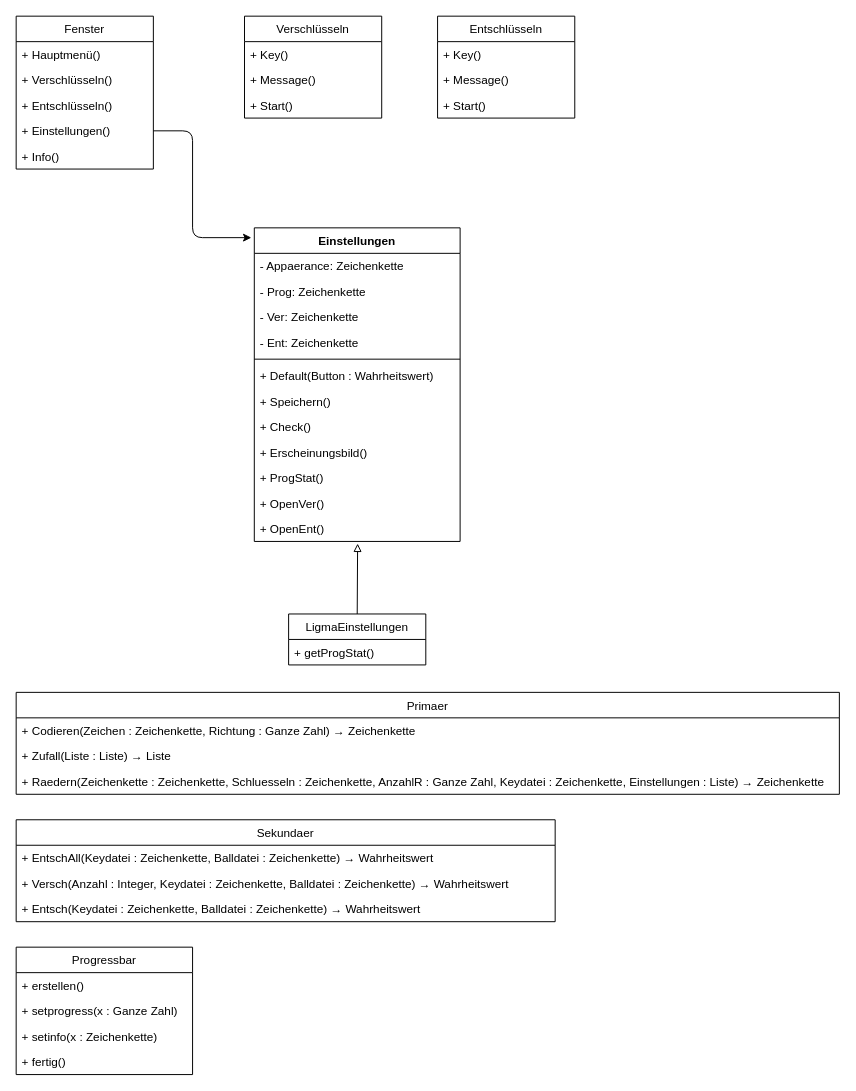
Before: Ligma UML-Diagramm.drawio in LukCHEM88/Ligma, a draw.io diagram. Source tidied: cells renumbered, new cells numbered last; positions are measured from the earlier drawing's top-left corner, leaving out a move shared by most shapes. Both pictures are drawn from the tidied source at 98%, with x=0, y=0 at pixel (16, 16).
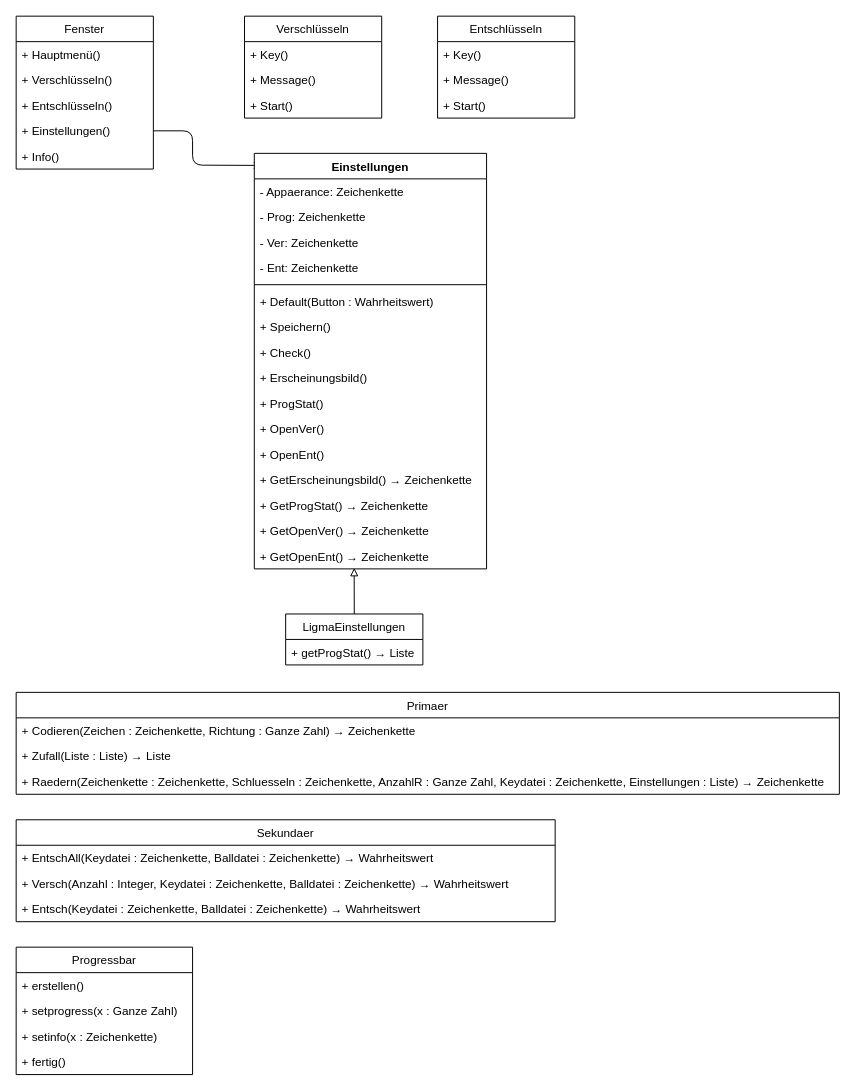
The same diagram, later.

The change refers to these unchanged cells:
```xml
<mxCell id="6" value="+ Einstellungen()" style="text;strokeColor=none;fillColor=none;align=left;verticalAlign=top;spacingLeft=4;spacingRight=4;overflow=hidden;points=[[0,0.5],[1,0.5]];portConstraint=eastwest;" parent="2" vertex="1">
  <mxGeometry y="104" width="140" height="26" as="geometry" />
</mxCell>
```

Change to the diagram source:
```diff
@@
-    <mxCell id="16" style="edgeStyle=none;html=1;exitX=1;exitY=0.5;exitDx=0;exitDy=0;" parent="1" edge="1" source="6">
+    <mxCell id="16" style="edgeStyle=none;html=1;exitX=1;exitY=0.5;exitDx=0;exitDy=0;entryX=0.033;entryY=0.029;entryDx=0;entryDy=0;entryPerimeter=0;" parent="1" edge="1" source="6" target="17">
       <mxGeometry relative="1" as="geometry">
-        <mxPoint x="240" y="226" as="targetPoint" />
         <Array as="points">
           <mxPoint x="180" y="117" />
-          <mxPoint x="180" y="226" />
+          <mxPoint x="180" y="152" />
         </Array>
       </mxGeometry>
     </mxCell>
     <mxCell id="17" value="Einstellungen" style="swimlane;fontStyle=1;align=center;verticalAlign=top;horizontal=1;startSize=26;" parent="1" vertex="1">
-      <mxGeometry x="243" y="216" width="210" height="320" as="geometry" />
+      <mxGeometry x="243" y="140" width="237" height="424" as="geometry" />
     </mxCell>
     <mxCell id="18" value="- Appaerance: Zeichenkette" style="text;strokeColor=none;fillColor=none;align=left;verticalAlign=top;spacingLeft=4;spacingRight=4;overflow=hidden;" parent="17" vertex="1">
-      <mxGeometry y="26" width="210" height="26" as="geometry" />
+      <mxGeometry y="26" width="237" height="26" as="geometry" />
     </mxCell>
     <mxCell id="19" value="- Prog: Zeichenkette" style="text;strokeColor=none;fillColor=none;align=left;verticalAlign=top;spacingLeft=4;spacingRight=4;overflow=hidden;" parent="17" vertex="1">
-      <mxGeometry y="52" width="210" height="26" as="geometry" />
+      <mxGeometry y="52" width="237" height="26" as="geometry" />
     </mxCell>
     <mxCell id="20" value="- Ver: Zeichenkette" style="text;strokeColor=none;fillColor=none;align=left;verticalAlign=top;spacingLeft=4;spacingRight=4;overflow=hidden;" parent="17" vertex="1">
-      <mxGeometry y="78" width="210" height="26" as="geometry" />
+      <mxGeometry y="78" width="237" height="26" as="geometry" />
     </mxCell>
     <mxCell id="21" value="- Ent: Zeichenkette" style="text;strokeColor=none;fillColor=none;align=left;verticalAlign=top;spacingLeft=4;spacingRight=4;overflow=hidden;" parent="17" vertex="1">
-      <mxGeometry y="104" width="210" height="26" as="geometry" />
+      <mxGeometry y="104" width="237" height="26" as="geometry" />
     </mxCell>
     <mxCell id="22" style="line;strokeWidth=1;fillColor=none;align=left;verticalAlign=middle;spacingTop=-1;spacingLeft=3;spacingRight=3;labelPosition=right;strokeColor=inherit;" parent="17" vertex="1">
-      <mxGeometry y="130" width="210" height="8" as="geometry" />
+      <mxGeometry y="130" width="237" height="8" as="geometry" />
     </mxCell>
     <mxCell id="23" value="+ Default(Button : Wahrheitswert)" style="text;strokeColor=none;fillColor=none;align=left;verticalAlign=top;spacingLeft=4;spacingRight=4;overflow=hidden;" parent="17" vertex="1">
-      <mxGeometry y="138" width="210" height="26" as="geometry" />
+      <mxGeometry y="138" width="237" height="26" as="geometry" />
     </mxCell>
     <mxCell id="24" value="+ Speichern()" style="text;strokeColor=none;fillColor=none;align=left;verticalAlign=top;spacingLeft=4;spacingRight=4;overflow=hidden;" parent="17" vertex="1">
-      <mxGeometry y="164" width="210" height="26" as="geometry" />
+      <mxGeometry y="164" width="237" height="26" as="geometry" />
     </mxCell>
     <mxCell id="25" value="+ Check()" style="text;strokeColor=none;fillColor=none;align=left;verticalAlign=top;spacingLeft=4;spacingRight=4;overflow=hidden;" parent="17" vertex="1">
-      <mxGeometry y="190" width="210" height="26" as="geometry" />
+      <mxGeometry y="190" width="237" height="26" as="geometry" />
     </mxCell>
     <mxCell id="26" value="+ Erscheinungsbild()" style="text;strokeColor=none;fillColor=none;align=left;verticalAlign=top;spacingLeft=4;spacingRight=4;overflow=hidden;" parent="17" vertex="1">
-      <mxGeometry y="216" width="210" height="26" as="geometry" />
+      <mxGeometry y="216" width="237" height="26" as="geometry" />
     </mxCell>
     <mxCell id="27" value="+ ProgStat()" style="text;strokeColor=none;fillColor=none;align=left;verticalAlign=top;spacingLeft=4;spacingRight=4;overflow=hidden;" parent="17" vertex="1">
-      <mxGeometry y="242" width="210" height="26" as="geometry" />
+      <mxGeometry y="242" width="237" height="26" as="geometry" />
     </mxCell>
     <mxCell id="28" value="+ OpenVer()" style="text;strokeColor=none;fillColor=none;align=left;verticalAlign=top;spacingLeft=4;spacingRight=4;overflow=hidden;" parent="17" vertex="1">
-      <mxGeometry y="268" width="210" height="26" as="geometry" />
+      <mxGeometry y="268" width="237" height="26" as="geometry" />
     </mxCell>
     <mxCell id="29" value="+ OpenEnt()" style="text;strokeColor=none;fillColor=none;align=left;verticalAlign=top;spacingLeft=4;spacingRight=4;overflow=hidden;points=[[0,0.5],[1,0.5]];portConstraint=eastwest;" parent="17" vertex="1">
-      <mxGeometry y="294" width="210" height="26" as="geometry" />
+      <mxGeometry y="294" width="237" height="26" as="geometry" />
     </mxCell>
+    <mxCell id="46" value="+ GetErscheinungsbild() → Zeichenkette" style="text;strokeColor=none;fillColor=none;align=left;verticalAlign=top;spacingLeft=4;spacingRight=4;overflow=hidden;" parent="17" vertex="1">
+      <mxGeometry y="320" width="237" height="26" as="geometry" />
+    </mxCell>
+    <mxCell id="47" value="+ GetProgStat() → Zeichenkette" style="text;strokeColor=none;fillColor=none;align=left;verticalAlign=top;spacingLeft=4;spacingRight=4;overflow=hidden;" parent="17" vertex="1">
+      <mxGeometry y="346" width="237" height="26" as="geometry" />
+    </mxCell>
+    <mxCell id="48" value="+ GetOpenVer() → Zeichenkette" style="text;strokeColor=none;fillColor=none;align=left;verticalAlign=top;spacingLeft=4;spacingRight=4;overflow=hidden;" parent="17" vertex="1">
+      <mxGeometry y="372" width="237" height="26" as="geometry" />
+    </mxCell>
+    <mxCell id="49" value="+ GetOpenEnt() → Zeichenkette" style="text;strokeColor=none;fillColor=none;align=left;verticalAlign=top;spacingLeft=4;spacingRight=4;overflow=hidden;points=[[0,0.5],[1,0.5]];portConstraint=eastwest;" parent="17" vertex="1">
+      <mxGeometry y="398" width="237" height="26" as="geometry" />
+    </mxCell>
-    <mxCell id="30" style="edgeStyle=none;html=1;exitX=0.5;exitY=0;exitDx=0;exitDy=0;entryX=0.502;entryY=1.084;entryDx=0;entryDy=0;entryPerimeter=0;endArrow=block;endFill=0;" parent="1" edge="1" source="31" target="29">
+    <mxCell id="30" style="edgeStyle=none;html=1;exitX=0.5;exitY=0;exitDx=0;exitDy=0;endArrow=block;endFill=0;entryX=0.43;entryY=0.962;entryDx=0;entryDy=0;entryPerimeter=0;" parent="1" edge="1" source="31" target="49">
       <mxGeometry relative="1" as="geometry" />
     </mxCell>
     <mxCell id="31" value="LigmaEinstellungen" style="swimlane;fontStyle=0;horizontal=1;startSize=26;fillColor=none;" parent="1" vertex="1">
-      <mxGeometry x="278" y="610" width="140" height="52" as="geometry" />
+      <mxGeometry x="275" y="610" width="140" height="52" as="geometry" />
     </mxCell>
-    <mxCell id="32" value="+ getProgStat()" style="text;strokeColor=none;fillColor=none;align=left;verticalAlign=top;spacingLeft=4;spacingRight=4;overflow=hidden;" parent="31" vertex="1">
+    <mxCell id="32" value="+ getProgStat() → Liste" style="text;strokeColor=none;fillColor=none;align=left;verticalAlign=top;spacingLeft=4;spacingRight=4;overflow=hidden;" parent="31" vertex="1">
       <mxGeometry y="26" width="140" height="26" as="geometry" />
     </mxCell>
```
